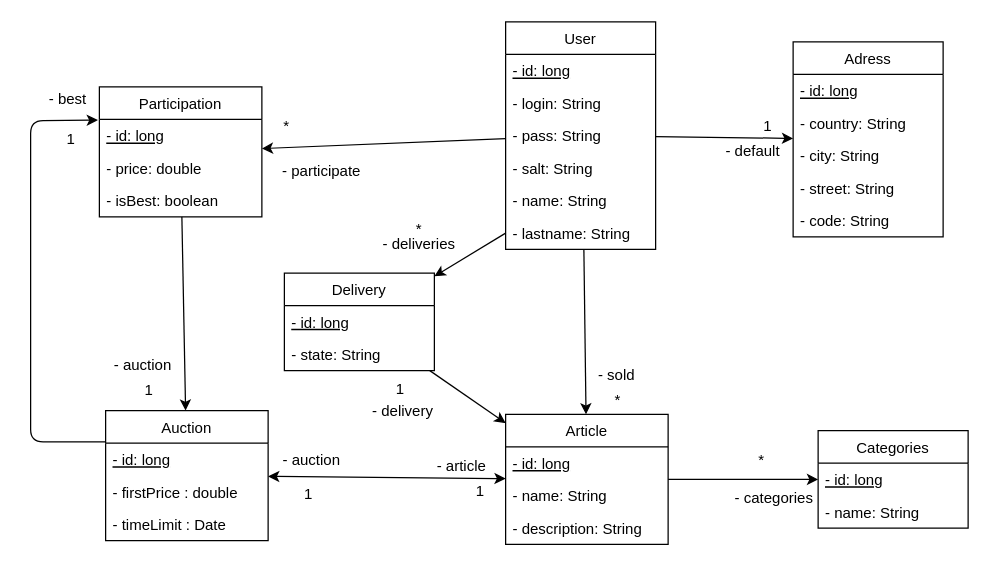
Above: doc/conception/persistence.drawio in Reynault/Auction-JEE (draw.io), before the change. Source tidied: cells renumbered, new cells numbered last; positions are measured from the earlier drawing's top-left corner, leaving out a move shared by most shapes. Both pictures are drawn from the tidied source at 125%, with x=0, y=0 at pixel (30, 21).
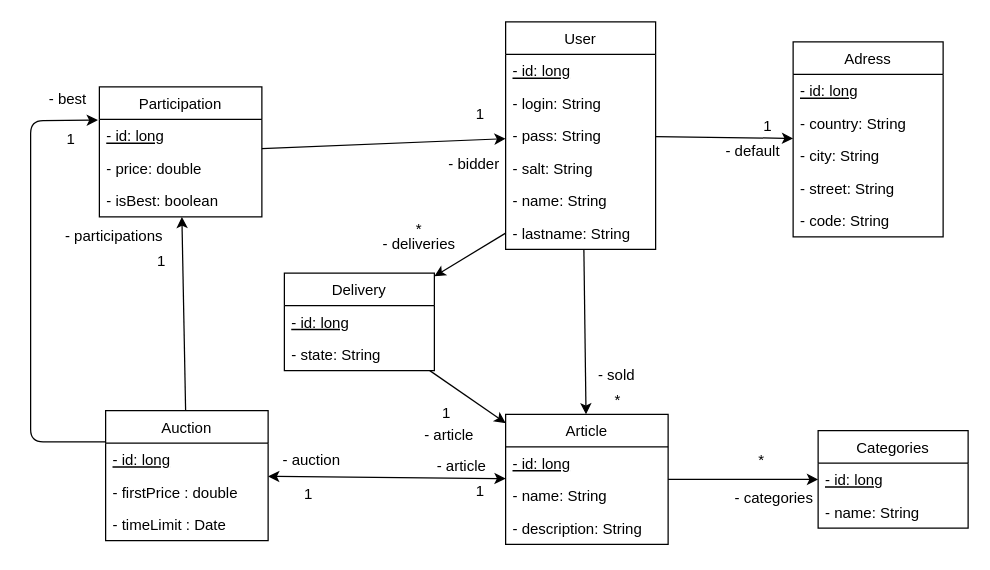
Above is the later version.

The change refers to these unchanged cells:
```xml
<mxCell id="28" value="User" style="swimlane;fontStyle=0;horizontal=1;startSize=26;fillColor=none;" parent="1" vertex="1">
  <mxGeometry x="380" width="120" height="182" as="geometry" />
</mxCell>
<mxCell id="48" value="Auction" style="swimlane;fontStyle=0;horizontal=1;startSize=26;fillColor=none;" parent="1" vertex="1">
  <mxGeometry x="60" y="311" width="130" height="104" as="geometry" />
</mxCell>
<mxCell id="52" value="Participation" style="swimlane;fontStyle=0;horizontal=1;startSize=26;fillColor=none;" parent="1" vertex="1">
  <mxGeometry x="55" y="52" width="130" height="104" as="geometry" />
</mxCell>
```

The edit, as a diff of the source:
```diff
@@
-    <mxCell id="14" style="endArrow=classic;html=1;endFill=1;startArrow=none;startFill=0;" parent="1" edge="1" source="28" target="52">
+    <mxCell id="14" style="endArrow=none;html=1;endFill=0;startArrow=classic;startFill=1;" parent="1" edge="1" source="28" target="52">
       <mxGeometry relative="1" as="geometry" />
     </mxCell>
-    <mxCell id="15" style="endArrow=none;html=1;endFill=0;startArrow=classic;startFill=1;" parent="1" edge="1" source="48" target="52">
+    <mxCell id="15" style="endArrow=classic;html=1;endFill=1;startArrow=none;startFill=0;" parent="1" edge="1" source="48" target="52">
       <mxGeometry relative="1" as="geometry" />
     </mxCell>
     <mxCell id="16" value="1" style="text;html=1;strokeColor=none;fillColor=none;align=center;verticalAlign=middle;whiteSpace=wrap;rounded=0;" parent="1" vertex="1">
-      <mxGeometry x="75" y="285" width="40" height="20" as="geometry" />
+      <mxGeometry x="85" y="182" width="40" height="20" as="geometry" />
     </mxCell>
@@
-    <mxCell id="20" value="*" style="text;html=1;strokeColor=none;fillColor=none;align=center;verticalAlign=middle;whiteSpace=wrap;rounded=0;" parent="1" vertex="1">
-      <mxGeometry x="185" y="74" width="40" height="20" as="geometry" />
+    <mxCell id="20" value="1" style="text;html=1;strokeColor=none;fillColor=none;align=center;verticalAlign=middle;whiteSpace=wrap;rounded=0;" parent="1" vertex="1">
+      <mxGeometry x="340" y="64" width="40" height="20" as="geometry" />
     </mxCell>
-    <mxCell id="21" value="- participate" style="text;html=1;strokeColor=none;fillColor=none;align=center;verticalAlign=middle;whiteSpace=wrap;rounded=0;" parent="1" vertex="1">
-      <mxGeometry x="188" y="110" width="90" height="20" as="geometry" />
+    <mxCell id="21" value="- bidder" style="text;html=1;strokeColor=none;fillColor=none;align=center;verticalAlign=middle;whiteSpace=wrap;rounded=0;" parent="1" vertex="1">
+      <mxGeometry x="330" y="104" width="50" height="20" as="geometry" />
     </mxCell>
-    <mxCell id="22" value="- auction" style="text;html=1;strokeColor=none;fillColor=none;align=center;verticalAlign=middle;whiteSpace=wrap;rounded=0;" parent="1" vertex="1">
-      <mxGeometry x="55" y="265" width="70" height="20" as="geometry" />
+    <mxCell id="22" value="- participations" style="text;html=1;strokeColor=none;fillColor=none;align=center;verticalAlign=middle;whiteSpace=wrap;rounded=0;" parent="1" vertex="1">
+      <mxGeometry x="24" y="162" width="86" height="20" as="geometry" />
     </mxCell>
@@
     <mxCell id="57" value="1" style="text;html=1;strokeColor=none;fillColor=none;align=center;verticalAlign=middle;whiteSpace=wrap;rounded=0;" parent="1" vertex="1">
-      <mxGeometry x="276" y="284" width="40" height="20" as="geometry" />
+      <mxGeometry x="313" y="303" width="40" height="20" as="geometry" />
     </mxCell>
-    <mxCell id="58" value="- delivery" style="text;html=1;strokeColor=none;fillColor=none;align=center;verticalAlign=middle;whiteSpace=wrap;rounded=0;" parent="1" vertex="1">
-      <mxGeometry x="263" y="302" width="70" height="20" as="geometry" />
+    <mxCell id="58" value="- article" style="text;html=1;strokeColor=none;fillColor=none;align=center;verticalAlign=middle;whiteSpace=wrap;rounded=0;" parent="1" vertex="1">
+      <mxGeometry x="300" y="321" width="70" height="20" as="geometry" />
     </mxCell>
```
